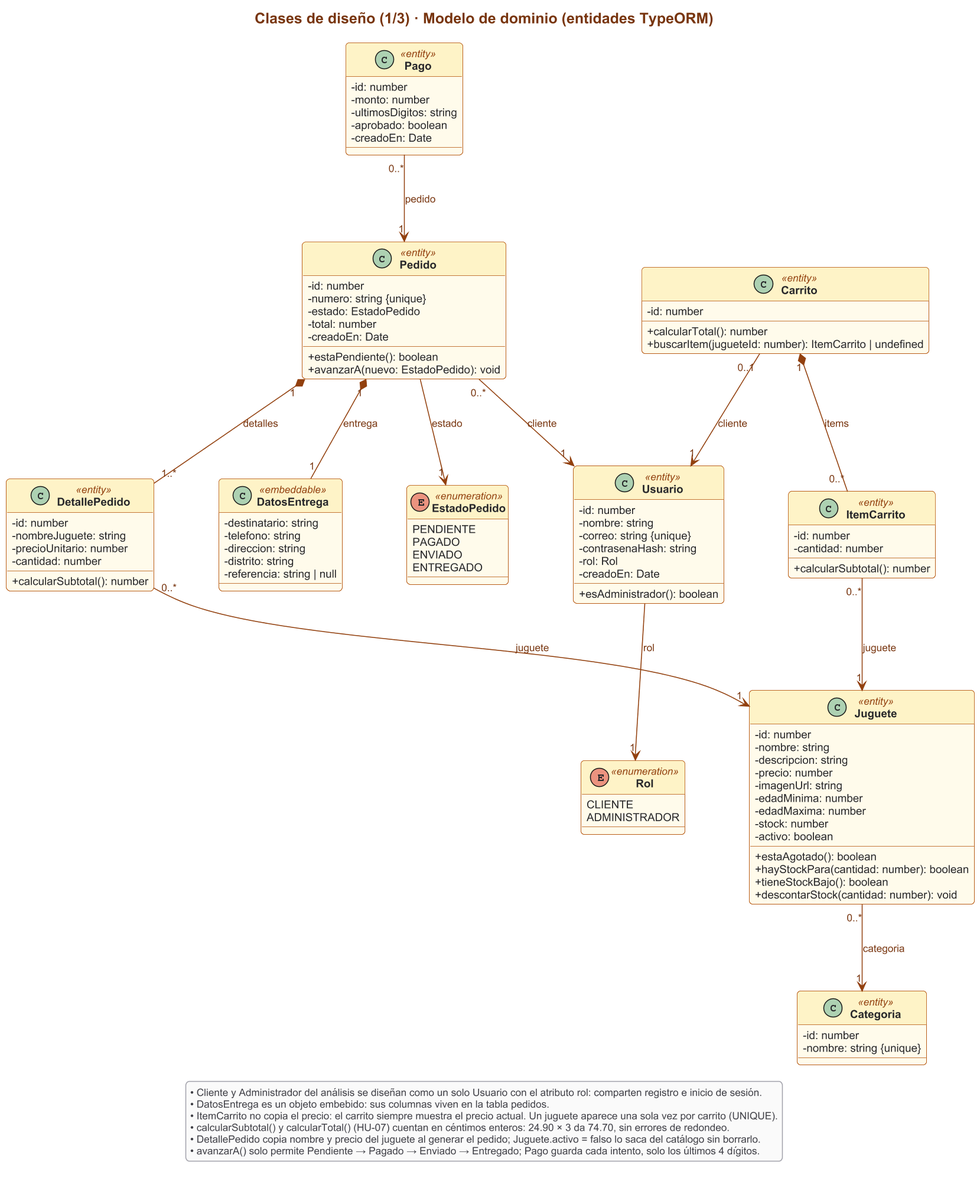
This is docs/uml/png/04a-clases-diseno-dominio.png from joseriverago/el-trompo-feliz, a PlantUML export, as it was before one commit.
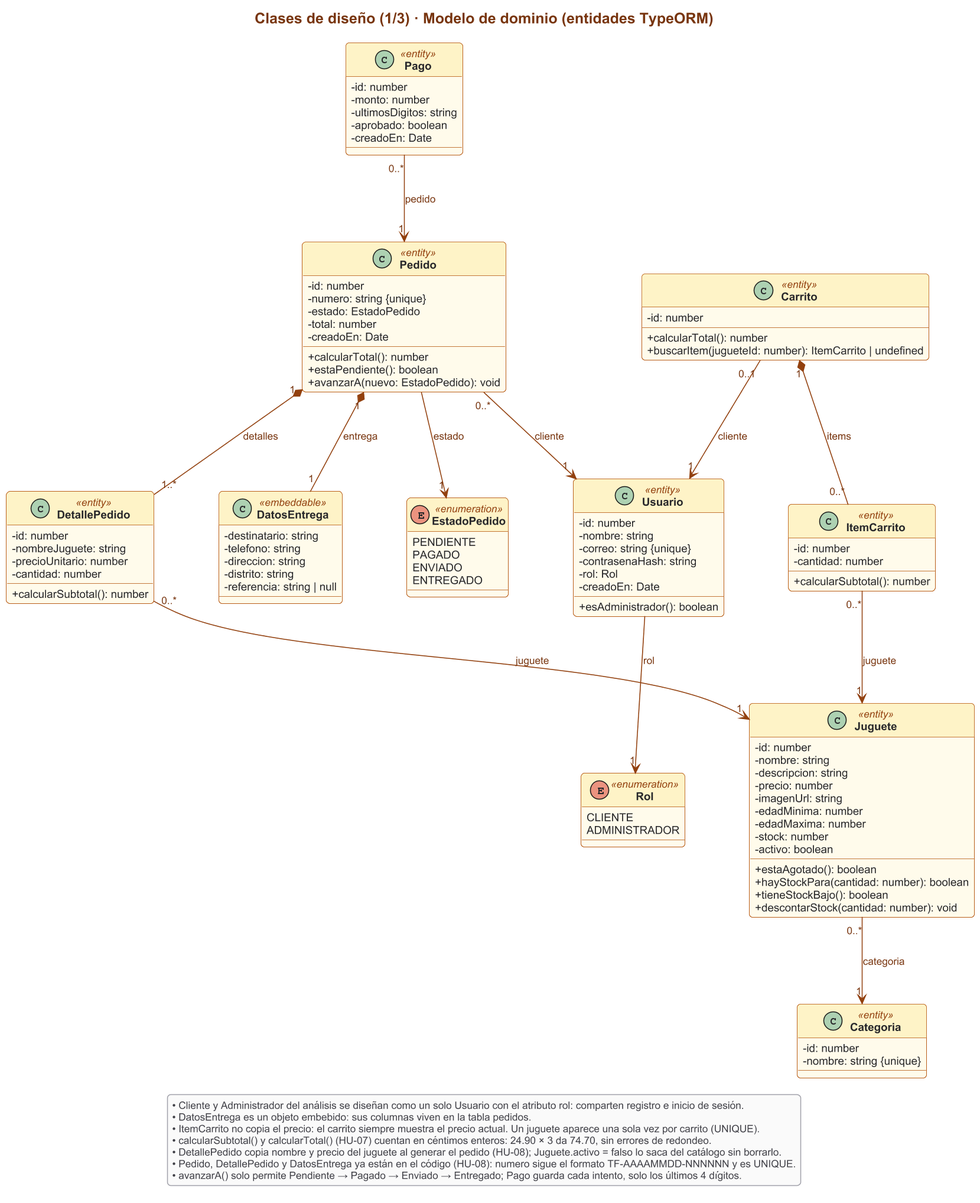
The same file after the commit.

What changed in the source:
```diff
@@ -61,6 +61,7 @@
   - estado: EstadoPedido
   - total: number
   - creadoEn: Date
+  + calcularTotal(): number
   + estaPendiente(): boolean
   + avanzarA(nuevo: EstadoPedido): void
 }
@@ -103,7 +104,8 @@
   • DatosEntrega es un objeto embebido: sus columnas viven en la tabla pedidos.
   • ItemCarrito no copia el precio: el carrito siempre muestra el precio actual. Un juguete aparece una sola vez por carrito (UNIQUE).
   • calcularSubtotal() y calcularTotal() (HU-07) cuentan en céntimos enteros: 24.90 × 3 da 74.70, sin errores de redondeo.
-  • DetallePedido copia nombre y precio del juguete al generar el pedido; Juguete.activo = falso lo saca del catálogo sin borrarlo.
+  • DetallePedido copia nombre y precio del juguete al generar el pedido (HU-08); Juguete.activo = falso lo saca del catálogo sin borrarlo.
+  • Pedido, DetallePedido y DatosEntrega ya están en el código (HU-08): numero sigue el formato TF-AAAAMMDD-NNNNNN y es UNIQUE.
   • avanzarA() solo permite Pendiente → Pagado → Enviado → Entregado; Pago guarda cada intento, solo los últimos 4 dígitos.
 endlegend
 @enduml
```
